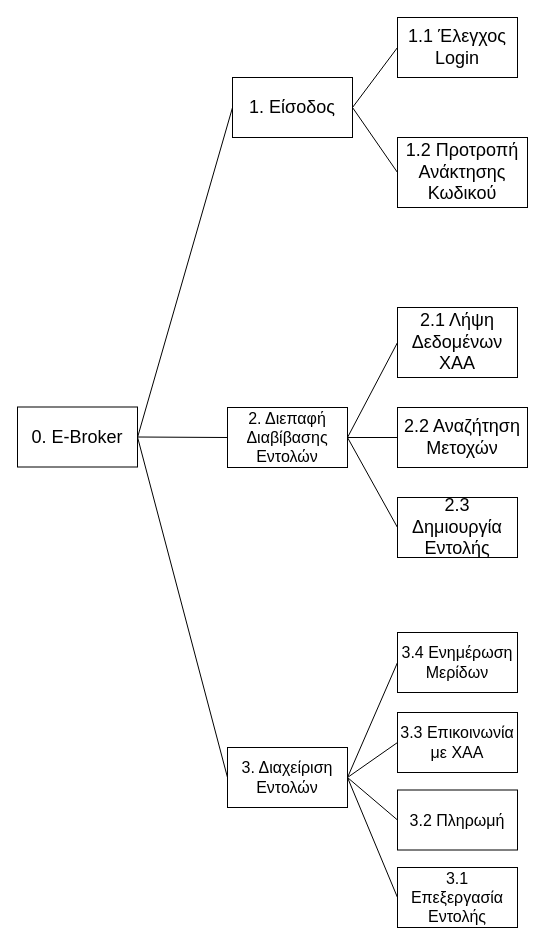
This is Structured_Analysis/Decomposition_Tree.drawio from WilhelmStein/Analysis-and-Design-of-Software, a draw.io file, before an edit. Source tidied: cells renumbered, new cells numbered last; positions are measured from the earlier drawing's top-left corner, leaving out a move shared by most shapes. Both pictures are drawn from the tidied source at 100%, with x=0, y=0 at pixel (17, 17).
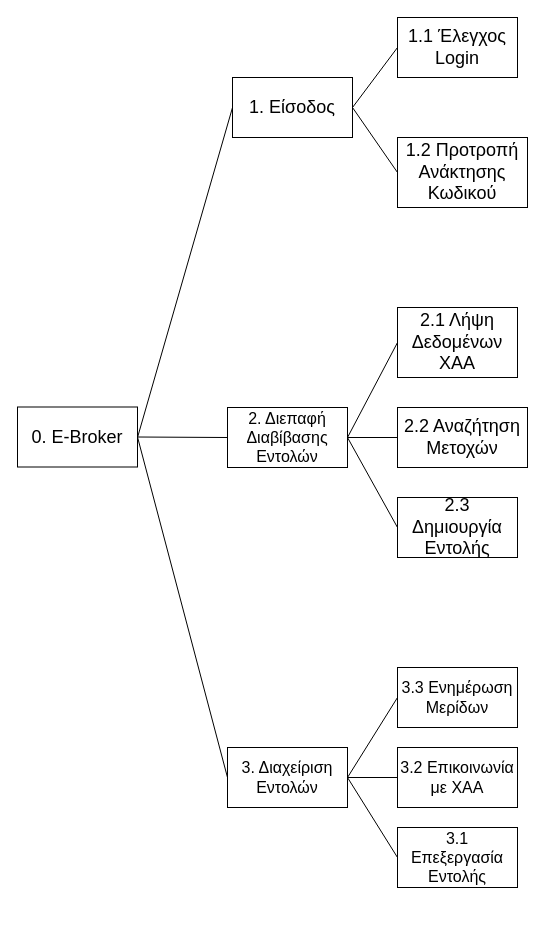
The same diagram, later.

Unchanged cells that the change refers to:
```xml
<mxCell id="5" value="&lt;font size=&quot;3&quot;&gt;3. Διαχείριση Εντολών&lt;/font&gt;" style="rounded=0;whiteSpace=wrap;html=1;" parent="1" vertex="1">
  <mxGeometry x="210" y="730" width="120" height="60" as="geometry" />
</mxCell>
```

The edit, as a diff of the source:
```diff
@@
     <mxCell id="9" value="&lt;font size=&quot;3&quot;&gt;3.1 Επεξεργασία Εντολής&lt;/font&gt;" style="rounded=0;whiteSpace=wrap;html=1;" parent="1" vertex="1">
-      <mxGeometry x="380" y="850" width="120" height="60" as="geometry" />
+      <mxGeometry x="380" y="810" width="120" height="60" as="geometry" />
     </mxCell>
-    <mxCell id="10" value="&lt;font size=&quot;3&quot;&gt;3.2 Πληρωμή&lt;/font&gt;" style="rounded=0;whiteSpace=wrap;html=1;" parent="1" vertex="1">
-      <mxGeometry x="380" y="772.5" width="120" height="60" as="geometry" />
-    </mxCell>
-    <mxCell id="11" value="&lt;font size=&quot;3&quot;&gt;3.3 Επικοινωνία με ΧΑΑ&lt;/font&gt;" style="rounded=0;whiteSpace=wrap;html=1;" parent="1" vertex="1">
-      <mxGeometry x="380" y="695" width="120" height="60" as="geometry" />
+    <mxCell id="11" value="&lt;font size=&quot;3&quot;&gt;3.2 Επικοινωνία με ΧΑΑ&lt;/font&gt;" style="rounded=0;whiteSpace=wrap;html=1;" parent="1" vertex="1">
+      <mxGeometry x="380" y="730" width="120" height="60" as="geometry" />
     </mxCell>
-    <mxCell id="12" value="&lt;font size=&quot;3&quot;&gt;3.4 Ενημέρωση Μερίδων&lt;/font&gt;" style="rounded=0;whiteSpace=wrap;html=1;" parent="1" vertex="1">
-      <mxGeometry x="380" y="615" width="120" height="60" as="geometry" />
+    <mxCell id="12" value="&lt;font size=&quot;3&quot;&gt;3.3 Ενημέρωση Μερίδων&lt;/font&gt;" style="rounded=0;whiteSpace=wrap;html=1;" parent="1" vertex="1">
+      <mxGeometry x="380" y="650" width="120" height="60" as="geometry" />
     </mxCell>
@@
-    <mxCell id="14" style="endArrow=none;html=1;entryX=1;entryY=0.5;entryDx=0;entryDy=0;exitX=0;exitY=0.5;exitDx=0;exitDy=0;" parent="1" edge="1" source="10" target="5">
-      <mxGeometry relative="1" as="geometry" />
-    </mxCell>
```
